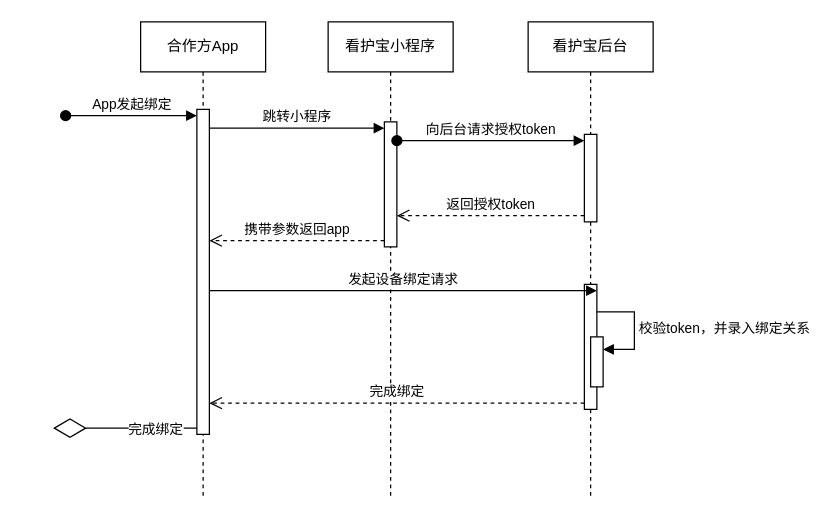
The draw.io diagram 门锁绑定流程.drawio in Chrischenny/selfblog, before the edit. Source tidied: cells renumbered, new cells numbered last; positions are measured from the earlier drawing's top-left corner, leaving out a move shared by most shapes. Both pictures are drawn from the tidied source at 125%, with x=0, y=0 at pixel (52, 21).
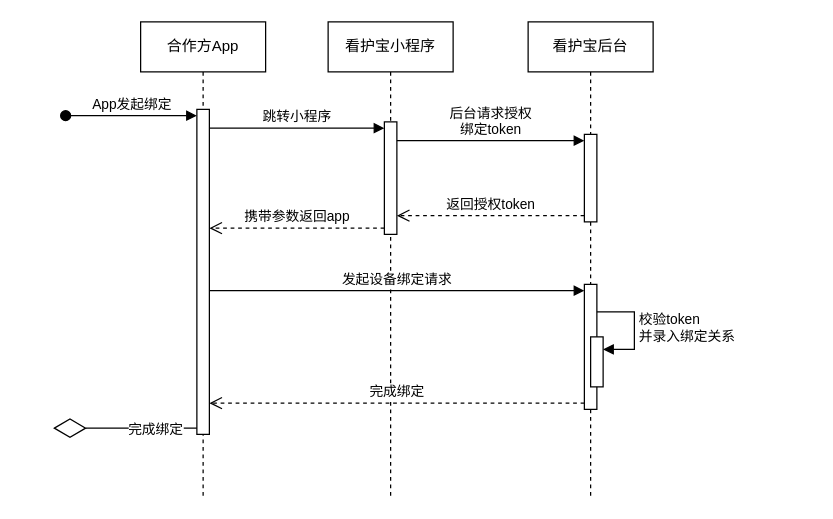
After the change.

Commit message:
更新门锁绑定流程.drawio

Unchanged cells that the change refers to:
```xml
<mxCell id="2" value="看护宝小程序" style="shape=umlLifeline;perimeter=lifelinePerimeter;whiteSpace=wrap;html=1;newEdgeStyle={&quot;curved&quot;:0,&quot;rounded&quot;:0};" parent="1" vertex="1">
  <mxGeometry x="220" width="100" height="380" as="geometry" />
</mxCell>
<mxCell id="4" value="看护宝后台" style="shape=umlLifeline;perimeter=lifelinePerimeter;whiteSpace=wrap;html=1;newEdgeStyle={&quot;curved&quot;:0,&quot;rounded&quot;:0};" parent="1" vertex="1">
  <mxGeometry x="380" width="100" height="380" as="geometry" />
</mxCell>
<mxCell id="5" style="html=1;points=[[0,0,0,0,5],[0,1,0,0,-5],[1,0,0,0,5],[1,1,0,0,-5]];perimeter=orthogonalPerimeter;outlineConnect=0;targetShapes=umlLifeline;portConstraint=eastwest;newEdgeStyle={&quot;curved&quot;:0,&quot;rounded&quot;:0};" parent="4" vertex="1">
  <mxGeometry x="45" y="90" width="10" height="70" as="geometry" />
</mxCell>
<mxCell id="6" style="html=1;points=[[0,0,0,0,5],[0,1,0,0,-5],[1,0,0,0,5],[1,1,0,0,-5]];perimeter=orthogonalPerimeter;outlineConnect=0;targetShapes=umlLifeline;portConstraint=eastwest;newEdgeStyle={&quot;curved&quot;:0,&quot;rounded&quot;:0};" parent="4" vertex="1">
  <mxGeometry x="45" y="210" width="10" height="100" as="geometry" />
</mxCell>
<mxCell id="7" style="html=1;points=[[0,0,0,0,5],[0,1,0,0,-5],[1,0,0,0,5],[1,1,0,0,-5]];perimeter=orthogonalPerimeter;outlineConnect=0;targetShapes=umlLifeline;portConstraint=eastwest;newEdgeStyle={&quot;curved&quot;:0,&quot;rounded&quot;:0};" parent="4" vertex="1">
  <mxGeometry x="50" y="252" width="10" height="40" as="geometry" />
</mxCell>
<mxCell id="10" style="html=1;points=[[0,0,0,0,5],[0,1,0,0,-5],[1,0,0,0,5],[1,1,0,0,-5]];perimeter=orthogonalPerimeter;outlineConnect=0;targetShapes=umlLifeline;portConstraint=eastwest;newEdgeStyle={&quot;curved&quot;:0,&quot;rounded&quot;:0};" parent="9" vertex="1">
  <mxGeometry x="45" y="70" width="10" height="260" as="geometry" />
</mxCell>
```

Change to the diagram source:
```diff
@@
     <mxCell id="3" style="html=1;points=[[0,0,0,0,5],[0,1,0,0,-5],[1,0,0,0,5],[1,1,0,0,-5]];perimeter=orthogonalPerimeter;outlineConnect=0;targetShapes=umlLifeline;portConstraint=eastwest;newEdgeStyle={&quot;curved&quot;:0,&quot;rounded&quot;:0};" parent="2" vertex="1">
-      <mxGeometry x="45" y="80" width="10" height="100" as="geometry" />
+      <mxGeometry x="45" y="80" width="10" height="90" as="geometry" />
     </mxCell>
@@
-    <mxCell id="8" value="校验token，并录入绑定关系" style="html=1;align=left;spacingLeft=2;endArrow=block;rounded=0;edgeStyle=orthogonalEdgeStyle;curved=0;rounded=0;" parent="4" edge="1" target="7">
+    <mxCell id="8" value="校验token&lt;div&gt;并录入绑定关系&lt;/div&gt;" style="html=1;align=left;spacingLeft=2;endArrow=block;rounded=0;edgeStyle=orthogonalEdgeStyle;curved=0;rounded=0;" parent="4" edge="1" target="7">
       <mxGeometry relative="1" as="geometry">
         <mxPoint x="55" y="232" as="sourcePoint" />
         <Array as="points">
           <mxPoint x="85" y="262" />
         </Array>
       </mxGeometry>
     </mxCell>
@@
-    <mxCell id="11" value="向后台请求授权token" style="html=1;verticalAlign=bottom;startArrow=oval;startFill=1;endArrow=block;startSize=8;curved=0;rounded=0;entryX=0;entryY=0;entryDx=0;entryDy=5;entryPerimeter=0;" parent="1" edge="1" source="3" target="5">
-      <mxGeometry relative="1" as="geometry" />
-    </mxCell>
@@
-    <mxCell id="14" value="发起设备绑定请求" style="html=1;verticalAlign=bottom;endArrow=block;curved=0;rounded=0;entryX=1;entryY=0;entryDx=0;entryDy=5;entryPerimeter=0;" parent="1" edge="1" source="10" target="6">
+    <mxCell id="14" value="发起设备绑定请求" style="html=1;verticalAlign=bottom;endArrow=block;curved=0;rounded=0;entryX=0;entryY=0;entryDx=0;entryDy=5;entryPerimeter=0;" parent="1" edge="1" source="10" target="6">
       <mxGeometry relative="1" as="geometry" />
     </mxCell>
@@
+    <mxCell id="11" value="后台请求授权&lt;div&gt;绑定token&lt;/div&gt;" style="html=1;verticalAlign=bottom;endArrow=block;curved=0;rounded=0;entryX=0;entryY=0;entryDx=0;entryDy=5;entryPerimeter=0;" parent="1" edge="1" source="3" target="5">
+      <mxGeometry relative="1" as="geometry" />
+    </mxCell>
```
